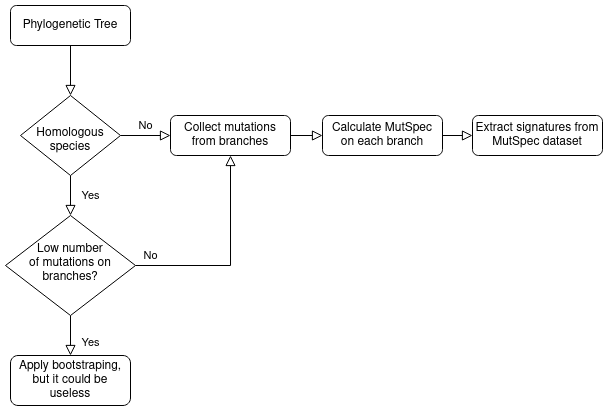
Before: figures/Signatures_plan.drawio.png, a diagram exported from draw.io (mitoclub/Signatures). Source tidied: cells renumbered, new cells last; positions are measured from the earlier drawing's top-left corner, leaving out a move shared by most shapes. Its diagram source:
```xml
<mxGraphModel>
  <root>
    <mxCell id="0" />
    <mxCell id="1" parent="0" />
    <mxCell id="2" style="rounded=0;html=1;jettySize=auto;fontSize=11;endArrow=block;endFill=0;endSize=8;strokeWidth=1;shadow=0;labelBackgroundColor=none;edgeStyle=orthogonalEdgeStyle;" parent="1" edge="1" source="3" target="6">
      <mxGeometry relative="1" as="geometry" />
    </mxCell>
    <mxCell id="3" value="Phylogenetic Tree" style="rounded=1;whiteSpace=wrap;html=1;fontSize=12;glass=0;strokeWidth=1;shadow=0;" parent="1" vertex="1">
      <mxGeometry x="5" width="120" height="40" as="geometry" />
    </mxCell>
    <mxCell id="4" value="Yes" style="rounded=0;html=1;jettySize=auto;fontSize=11;endArrow=block;endFill=0;endSize=8;strokeWidth=1;shadow=0;labelBackgroundColor=none;edgeStyle=orthogonalEdgeStyle;" parent="1" edge="1" source="6" target="10">
      <mxGeometry y="20" relative="1" as="geometry" />
    </mxCell>
    <mxCell id="5" value="No" style="edgeStyle=orthogonalEdgeStyle;rounded=0;html=1;jettySize=auto;fontSize=11;endArrow=block;endFill=0;endSize=8;strokeWidth=1;shadow=0;labelBackgroundColor=none;" parent="1" edge="1" source="6" target="7">
      <mxGeometry y="10" relative="1" as="geometry" />
    </mxCell>
    <mxCell id="6" value="&lt;br&gt;&lt;div&gt;Homologous species&lt;/div&gt;" style="rhombus;whiteSpace=wrap;html=1;shadow=0;fontFamily=Helvetica;fontSize=12;align=center;strokeWidth=1;spacing=6;spacingTop=-4;" parent="1" vertex="1">
      <mxGeometry x="15" y="90" width="100" height="80" as="geometry" />
    </mxCell>
    <mxCell id="7" value="Collect mutations from branches" style="rounded=1;whiteSpace=wrap;html=1;fontSize=12;glass=0;strokeWidth=1;shadow=0;" parent="1" vertex="1">
      <mxGeometry x="165" y="110" width="120" height="40" as="geometry" />
    </mxCell>
    <mxCell id="8" value="Yes" style="rounded=0;html=1;jettySize=auto;fontSize=11;endArrow=block;endFill=0;endSize=8;strokeWidth=1;shadow=0;labelBackgroundColor=none;edgeStyle=orthogonalEdgeStyle;" parent="1" edge="1" source="10" target="11">
      <mxGeometry x="0.33" y="20" relative="1" as="geometry" />
    </mxCell>
    <mxCell id="9" value="No" style="edgeStyle=orthogonalEdgeStyle;rounded=0;html=1;jettySize=auto;fontSize=11;endArrow=block;endFill=0;endSize=8;strokeWidth=1;shadow=0;labelBackgroundColor=none;entryX=0.5;entryY=1;entryDx=0;entryDy=0;" parent="1" edge="1" source="10" target="7">
      <mxGeometry x="-0.85" y="10" relative="1" as="geometry" />
    </mxCell>
    <mxCell id="10" value="&lt;div&gt;Low number &lt;br&gt;&lt;/div&gt;&lt;div&gt;of mutations on branches?&lt;/div&gt;" style="rhombus;whiteSpace=wrap;html=1;shadow=0;fontFamily=Helvetica;fontSize=12;align=center;strokeWidth=1;spacing=6;spacingTop=-4;" parent="1" vertex="1">
      <mxGeometry y="210" width="130" height="100" as="geometry" />
    </mxCell>
    <mxCell id="11" value="Apply bootstraping, but it could be useless" style="rounded=1;whiteSpace=wrap;html=1;fontSize=12;glass=0;strokeWidth=1;shadow=0;" parent="1" vertex="1">
      <mxGeometry x="5" y="350" width="120" height="50" as="geometry" />
    </mxCell>
    <mxCell id="12" value="&lt;div&gt;Calculate MutSpec &lt;br&gt;&lt;/div&gt;&lt;div&gt;on each branch&lt;/div&gt;" style="rounded=1;whiteSpace=wrap;html=1;fontSize=12;glass=0;strokeWidth=1;shadow=0;" parent="1" vertex="1">
      <mxGeometry x="317" y="110" width="120" height="40" as="geometry" />
    </mxCell>
    <mxCell id="13" style="edgeStyle=orthogonalEdgeStyle;rounded=0;html=1;jettySize=auto;fontSize=11;endArrow=block;endFill=0;endSize=8;strokeWidth=1;shadow=0;labelBackgroundColor=none;entryX=0;entryY=0.5;entryDx=0;entryDy=0;exitX=1;exitY=0.5;exitDx=0;exitDy=0;" parent="1" edge="1" source="7" target="12">
      <mxGeometry y="10" relative="1" as="geometry" />
    </mxCell>
    <mxCell id="14" value="Extract signatures from MutSpec dataset" style="rounded=1;whiteSpace=wrap;html=1;fontSize=12;glass=0;strokeWidth=1;shadow=0;" parent="1" vertex="1">
      <mxGeometry x="467" y="110" width="130" height="40" as="geometry" />
    </mxCell>
    <mxCell id="15" style="edgeStyle=orthogonalEdgeStyle;rounded=0;html=1;jettySize=auto;fontSize=11;endArrow=block;endFill=0;endSize=8;strokeWidth=1;shadow=0;labelBackgroundColor=none;entryX=0;entryY=0.5;entryDx=0;entryDy=0;exitX=1;exitY=0.5;exitDx=0;exitDy=0;" parent="1" edge="1" source="12" target="14">
      <mxGeometry y="10" relative="1" as="geometry" />
    </mxCell>
  </root>
</mxGraphModel>
```
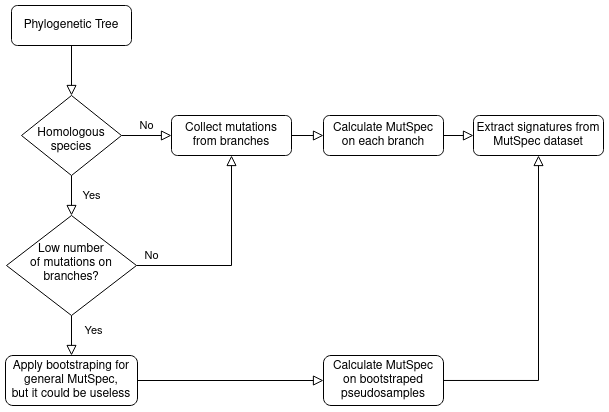
Above is the later version.

Change to the diagram source:
```diff
@@ -21,7 +21,7 @@
       <mxGeometry x="165" y="110" width="120" height="40" as="geometry" />
     </mxCell>
     <mxCell id="8" value="Yes" style="rounded=0;html=1;jettySize=auto;fontSize=11;endArrow=block;endFill=0;endSize=8;strokeWidth=1;shadow=0;labelBackgroundColor=none;edgeStyle=orthogonalEdgeStyle;" parent="1" edge="1" source="10" target="11">
-      <mxGeometry x="0.33" y="20" relative="1" as="geometry" />
+      <mxGeometry x="-0.25" y="22" relative="1" as="geometry" />
     </mxCell>
     <mxCell id="9" value="No" style="edgeStyle=orthogonalEdgeStyle;rounded=0;html=1;jettySize=auto;fontSize=11;endArrow=block;endFill=0;endSize=8;strokeWidth=1;shadow=0;labelBackgroundColor=none;entryX=0.5;entryY=1;entryDx=0;entryDy=0;" parent="1" edge="1" source="10" target="7">
       <mxGeometry x="-0.85" y="10" relative="1" as="geometry" />
@@ -29,8 +29,8 @@
     <mxCell id="10" value="&lt;div&gt;Low number &lt;br&gt;&lt;/div&gt;&lt;div&gt;of mutations on branches?&lt;/div&gt;" style="rhombus;whiteSpace=wrap;html=1;shadow=0;fontFamily=Helvetica;fontSize=12;align=center;strokeWidth=1;spacing=6;spacingTop=-4;" parent="1" vertex="1">
       <mxGeometry y="210" width="130" height="100" as="geometry" />
     </mxCell>
-    <mxCell id="11" value="Apply bootstraping, but it could be useless" style="rounded=1;whiteSpace=wrap;html=1;fontSize=12;glass=0;strokeWidth=1;shadow=0;" parent="1" vertex="1">
-      <mxGeometry x="5" y="350" width="120" height="50" as="geometry" />
+    <mxCell id="11" value="&lt;div&gt;Apply bootstraping for general MutSpec, &lt;br&gt;&lt;/div&gt;&lt;div&gt;but it could be useless&lt;/div&gt;" style="rounded=1;whiteSpace=wrap;html=1;fontSize=12;glass=0;strokeWidth=1;shadow=0;" parent="1" vertex="1">
+      <mxGeometry x="-1" y="350" width="132" height="50" as="geometry" />
     </mxCell>
     <mxCell id="12" value="&lt;div&gt;Calculate MutSpec &lt;br&gt;&lt;/div&gt;&lt;div&gt;on each branch&lt;/div&gt;" style="rounded=1;whiteSpace=wrap;html=1;fontSize=12;glass=0;strokeWidth=1;shadow=0;" parent="1" vertex="1">
       <mxGeometry x="317" y="110" width="120" height="40" as="geometry" />
@@ -44,5 +44,14 @@
     <mxCell id="15" style="edgeStyle=orthogonalEdgeStyle;rounded=0;html=1;jettySize=auto;fontSize=11;endArrow=block;endFill=0;endSize=8;strokeWidth=1;shadow=0;labelBackgroundColor=none;entryX=0;entryY=0.5;entryDx=0;entryDy=0;exitX=1;exitY=0.5;exitDx=0;exitDy=0;" parent="1" edge="1" source="12" target="14">
       <mxGeometry y="10" relative="1" as="geometry" />
     </mxCell>
+    <mxCell id="16" style="edgeStyle=orthogonalEdgeStyle;rounded=0;jettySize=auto;html=1;entryX=0.5;entryY=1;entryDx=0;entryDy=0;endArrow=block;endFill=0;endSize=8;" parent="1" edge="1" source="17" target="14">
+      <mxGeometry relative="1" as="geometry" />
+    </mxCell>
+    <mxCell id="17" value="&lt;div&gt;Calculate MutSpec &lt;br&gt;&lt;/div&gt;&lt;div&gt;on bootstraped pseudosamples&lt;/div&gt;" style="rounded=1;whiteSpace=wrap;html=1;fontSize=12;glass=0;strokeWidth=1;shadow=0;" parent="1" vertex="1">
+      <mxGeometry x="317" y="350" width="120" height="50" as="geometry" />
+    </mxCell>
+    <mxCell id="18" style="edgeStyle=orthogonalEdgeStyle;rounded=0;html=1;jettySize=auto;fontSize=11;endArrow=block;endFill=0;endSize=8;strokeWidth=1;shadow=0;labelBackgroundColor=none;entryX=0;entryY=0.5;entryDx=0;entryDy=0;exitX=1;exitY=0.5;exitDx=0;exitDy=0;" parent="1" edge="1" source="11" target="17">
+      <mxGeometry y="10" relative="1" as="geometry" />
+    </mxCell>
   </root>
 </mxGraphModel>
```
